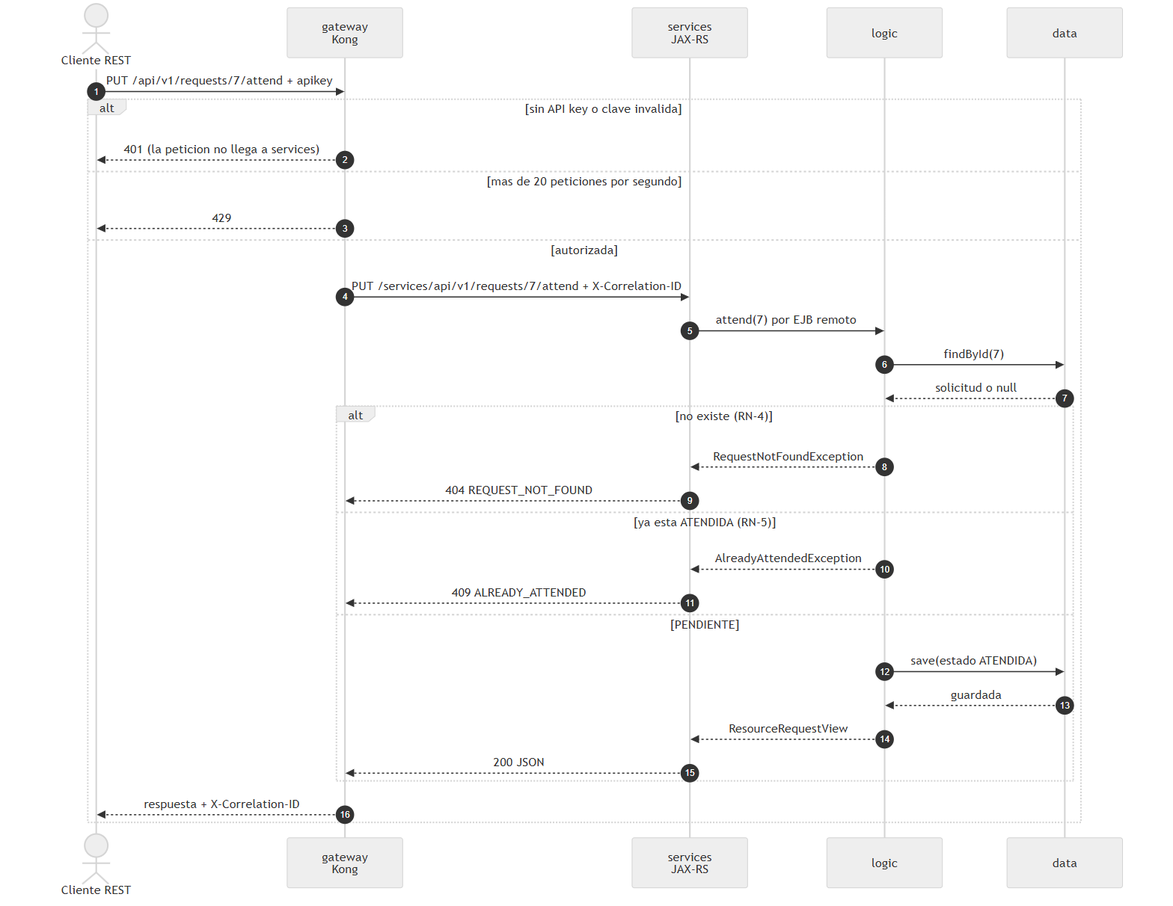
This is docs/diagramas/07-secuencia-atender-rest.png from andreMD287/JEE-Presentacion, a Mermaid export, as it was before one commit. Its source is kept beside it as docs/diagramas/07-secuencia-atender-rest.mmd. The source it was exported from:
```mermaid
sequenceDiagram
    autonumber
    actor C as Cliente REST
    participant G as gateway<br/>Kong
    participant S as services<br/>JAX-RS
    participant L as logic
    participant D as data

    C->>G: PUT /api/v1/requests/7/attend + apikey
    alt sin API key o clave invalida
        G-->>C: 401 (la peticion no llega a services)
    else mas de 20 peticiones por segundo
        G-->>C: 429
    else autorizada
        G->>S: PUT /services/api/v1/requests/7/attend + X-Correlation-ID
        S->>L: attend(7) por EJB remoto
        L->>D: findById(7)
        D-->>L: solicitud o null
        alt no existe (RN-4)
            L-->>S: RequestNotFoundException
            S-->>G: 404 REQUEST_NOT_FOUND
        else ya esta ATENDIDA (RN-5)
            L-->>S: AlreadyAttendedException
            S-->>G: 409 ALREADY_ATTENDED
        else PENDIENTE
            L->>D: save(estado ATENDIDA)
            D-->>L: guardada
            L-->>S: ResourceRequestView
            S-->>G: 200 JSON
        end
        G-->>C: respuesta + X-Correlation-ID
    end
```
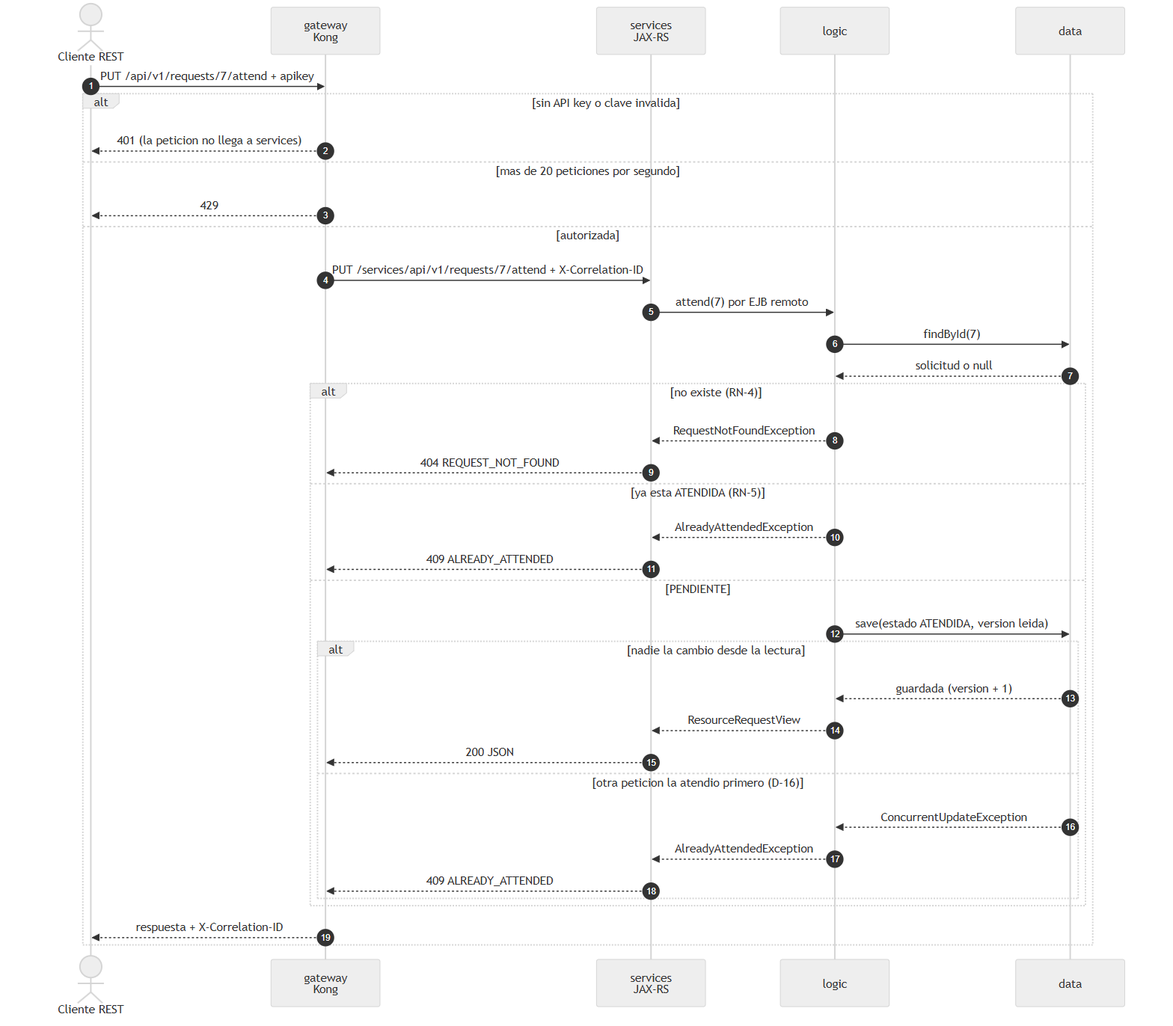
After the change.

What changed in the source:
```diff
@@ -23,10 +23,16 @@
             L-->>S: AlreadyAttendedException
             S-->>G: 409 ALREADY_ATTENDED
         else PENDIENTE
-            L->>D: save(estado ATENDIDA)
-            D-->>L: guardada
-            L-->>S: ResourceRequestView
-            S-->>G: 200 JSON
+            L->>D: save(estado ATENDIDA, version leida)
+            alt nadie la cambio desde la lectura
+                D-->>L: guardada (version + 1)
+                L-->>S: ResourceRequestView
+                S-->>G: 200 JSON
+            else otra peticion la atendio primero (D-16)
+                D-->>L: ConcurrentUpdateException
+                L-->>S: AlreadyAttendedException
+                S-->>G: 409 ALREADY_ATTENDED
+            end
         end
         G-->>C: respuesta + X-Correlation-ID
     end
```
